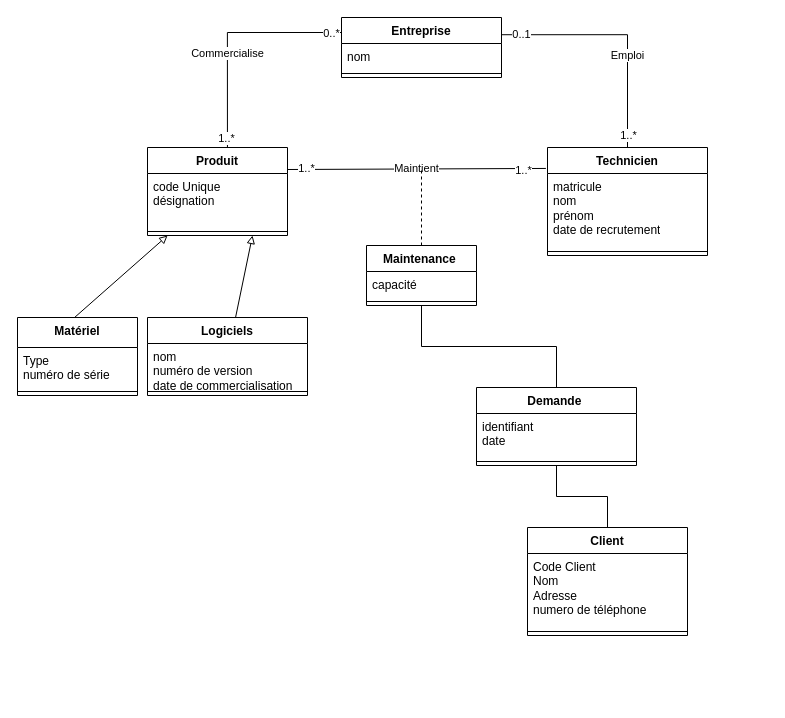
Earlier version of the draw.io diagram page "TP2-Modèle du domaine Exo1" (2 of 3) of Tp1 Analyse et modélisation.drawio (zeuss32/analyse-et-modelisation-lab1). Source tidied: cells renumbered, new cells numbered last; positions are measured from the earlier drawing's top-left corner, leaving out a move shared by most shapes. Both pictures are drawn from the tidied source at 100%, with x=0, y=0 at pixel (17, 17).
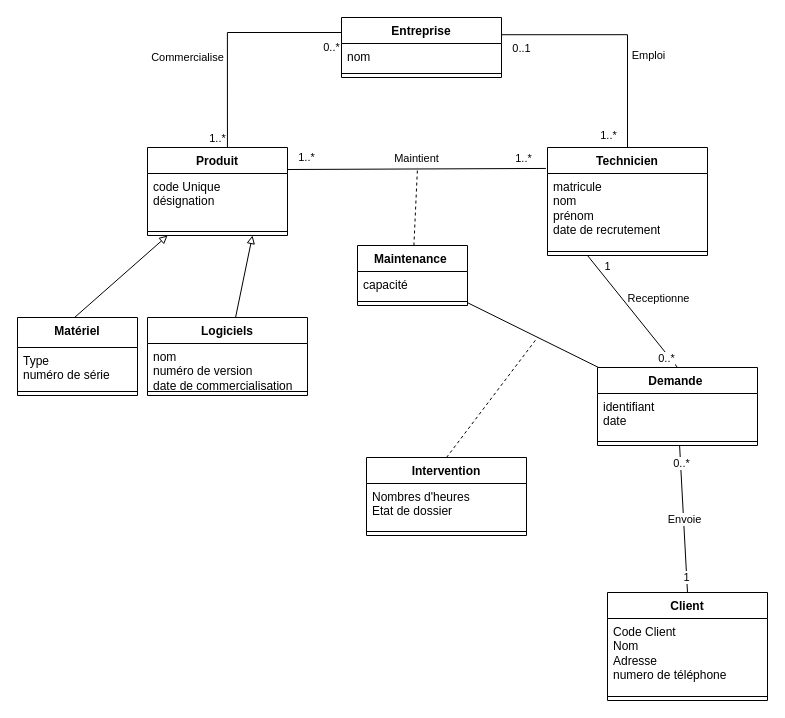
After the change.

Commit message (it also covers changes not shown here):
Mettre à jour Tp1 Analyse et modélisation.drawio

The change refers to these unchanged cells:
```xml
<mxCell id="13" value="Technicien" style="swimlane;fontStyle=1;align=center;verticalAlign=top;horizontal=1;startSize=26;whiteSpace=wrap;html=1;" parent="1" vertex="1">
  <mxGeometry x="530" y="130" width="160" height="108" as="geometry" />
</mxCell>
<mxCell id="16" style="edgeStyle=orthogonalEdgeStyle;rounded=0;jettySize=auto;html=1;entryX=0.5;entryY=0;entryDx=0;entryDy=0;exitX=0.997;exitY=0.287;exitDx=0;exitDy=0;endArrow=none;endFill=0;exitPerimeter=0;" parent="1" edge="1" source="20" target="13">
  <mxGeometry relative="1" as="geometry" />
</mxCell>
<mxCell id="23" style="rounded=0;jettySize=auto;html=1;entryX=1;entryY=0.25;entryDx=0;entryDy=0;endArrow=none;endFill=0;exitX=-0.01;exitY=0.194;exitDx=0;exitDy=0;exitPerimeter=0;" parent="1" edge="1" source="13" target="2">
  <mxGeometry relative="1" as="geometry" />
</mxCell>
<mxCell id="31" style="edgeStyle=orthogonalEdgeStyle;rounded=0;jettySize=auto;html=1;entryX=0.571;entryY=0;entryDx=0;entryDy=0;entryPerimeter=0;exitX=0;exitY=0.25;exitDx=0;exitDy=0;endArrow=none;endFill=0;" parent="1" edge="1" source="20" target="2">
  <mxGeometry relative="1" as="geometry" />
</mxCell>
```

The edit, as a diff of the source:
```diff
@@
     <mxCell id="17" value="Emploi" style="edgeLabel;html=1;align=center;verticalAlign=middle;" parent="16" vertex="1">
-      <mxGeometry x="0.23" y="-1" relative="1" as="geometry" />
+      <mxGeometry x="0.23" y="-1" relative="1" as="geometry">
+        <mxPoint x="21" as="offset" />
+      </mxGeometry>
     </mxCell>
     <mxCell id="18" value="0..1" style="edgeLabel;html=1;align=center;verticalAlign=middle;" parent="16" vertex="1">
-      <mxGeometry x="-0.83" y="1" relative="1" as="geometry" />
+      <mxGeometry x="-0.83" y="1" relative="1" as="geometry">
+        <mxPoint y="14" as="offset" />
+      </mxGeometry>
     </mxCell>
     <mxCell id="19" value="1..&lt;span style=&quot;background-color: light-dark(#ffffff, var(--ge-dark-color, #121212)); color: light-dark(rgb(0, 0, 0), rgb(255, 255, 255));&quot;&gt;*&lt;/span&gt;" style="edgeLabel;html=1;align=center;verticalAlign=middle;" parent="16" vertex="1">
-      <mxGeometry x="0.9" relative="1" as="geometry" />
+      <mxGeometry x="0.9" relative="1" as="geometry">
+        <mxPoint x="-20" as="offset" />
+      </mxGeometry>
     </mxCell>
@@
     <mxCell id="24" value="Maintient" style="edgeLabel;html=1;align=center;verticalAlign=middle;" parent="23" vertex="1">
-      <mxGeometry x="0.01" y="-1" relative="1" as="geometry" />
+      <mxGeometry x="0.01" y="-1" relative="1" as="geometry">
+        <mxPoint y="-10" as="offset" />
+      </mxGeometry>
     </mxCell>
     <mxCell id="25" value="1..*" style="edgeLabel;html=1;align=center;verticalAlign=middle;" parent="23" vertex="1">
-      <mxGeometry x="-0.82" y="1" relative="1" as="geometry" />
+      <mxGeometry x="-0.82" y="1" relative="1" as="geometry">
+        <mxPoint y="-12" as="offset" />
+      </mxGeometry>
     </mxCell>
     <mxCell id="26" value="1..*" style="edgeLabel;html=1;align=center;verticalAlign=middle;" parent="23" vertex="1">
-      <mxGeometry x="0.86" y="-1" relative="1" as="geometry" />
+      <mxGeometry x="0.86" y="-1" relative="1" as="geometry">
+        <mxPoint y="-11" as="offset" />
+      </mxGeometry>
     </mxCell>
     <mxCell id="27" style="rounded=0;jettySize=auto;html=1;dashed=1;endArrow=none;endFill=0;" parent="1" edge="1" source="28">
       <mxGeometry relative="1" as="geometry">
-        <mxPoint x="404" y="150" as="targetPoint" />
+        <mxPoint x="400" y="150" as="targetPoint" />
       </mxGeometry>
     </mxCell>
     <mxCell id="28" value="Maintenance&amp;nbsp;" style="swimlane;fontStyle=1;align=center;verticalAlign=top;horizontal=1;startSize=26;whiteSpace=wrap;html=1;" parent="1" vertex="1">
-      <mxGeometry x="349" y="228" width="110" height="60" as="geometry" />
+      <mxGeometry x="340" y="228" width="110" height="60" as="geometry" />
     </mxCell>
@@
     <mxCell id="32" value="0..*" style="edgeLabel;html=1;align=center;verticalAlign=middle;" parent="31" vertex="1">
       <mxGeometry x="-0.94" y="1" relative="1" as="geometry">
-        <mxPoint x="-4" as="offset" />
+        <mxPoint x="-4" y="14" as="offset" />
       </mxGeometry>
     </mxCell>
     <mxCell id="33" value="1..*" style="edgeLabel;html=1;align=center;verticalAlign=middle;" parent="31" vertex="1">
-      <mxGeometry x="0.92" y="-1" relative="1" as="geometry" />
+      <mxGeometry x="0.92" y="-1" relative="1" as="geometry">
+        <mxPoint x="-9" as="offset" />
+      </mxGeometry>
     </mxCell>
     <mxCell id="34" value="Commercialise" style="edgeLabel;html=1;align=center;verticalAlign=middle;" parent="31" vertex="1">
-      <mxGeometry x="0.18" relative="1" as="geometry" />
+      <mxGeometry x="0.18" relative="1" as="geometry">
+        <mxPoint x="-40" y="4" as="offset" />
+      </mxGeometry>
     </mxCell>
     <mxCell id="35" value="Client" style="swimlane;fontStyle=1;align=center;verticalAlign=top;horizontal=1;startSize=26;whiteSpace=wrap;html=1;" parent="1" vertex="1">
-      <mxGeometry x="510" y="510" width="160" height="108" as="geometry" />
+      <mxGeometry x="590" y="575" width="160" height="108" as="geometry" />
     </mxCell>
@@
-    <mxCell id="38" style="edgeStyle=orthogonalEdgeStyle;rounded=0;jettySize=auto;html=1;endArrow=none;endFill=0;" parent="1" edge="1" source="40" target="28">
+    <mxCell id="38" style="rounded=0;jettySize=auto;html=1;endArrow=none;endFill=0;" parent="1" edge="1" source="40" target="28">
       <mxGeometry relative="1" as="geometry" />
     </mxCell>
-    <mxCell id="39" style="edgeStyle=orthogonalEdgeStyle;rounded=0;jettySize=auto;html=1;entryX=0.5;entryY=0;entryDx=0;entryDy=0;endArrow=none;endFill=0;" parent="1" edge="1" source="40" target="35">
+    <mxCell id="39" style="rounded=0;jettySize=auto;html=1;entryX=0.5;entryY=0;entryDx=0;entryDy=0;endArrow=none;endFill=0;" parent="1" edge="1" source="40" target="35">
       <mxGeometry relative="1" as="geometry" />
     </mxCell>
+    <mxCell id="43" value="Envoie" style="edgeLabel;html=1;align=center;verticalAlign=middle;" parent="39" vertex="1">
+      <mxGeometry x="0.01" relative="1" as="geometry" />
+    </mxCell>
+    <mxCell id="44" value="0..*" style="edgeLabel;html=1;align=center;verticalAlign=middle;" parent="39" vertex="1">
+      <mxGeometry x="-0.75" relative="1" as="geometry" />
+    </mxCell>
+    <mxCell id="45" value="1" style="edgeLabel;html=1;align=center;verticalAlign=middle;" parent="39" vertex="1">
+      <mxGeometry x="0.79" y="-1" relative="1" as="geometry" />
+    </mxCell>
+    <mxCell id="46" style="rounded=0;jettySize=auto;html=1;exitX=0.5;exitY=0;exitDx=0;exitDy=0;entryX=0.25;entryY=1;entryDx=0;entryDy=0;endArrow=none;endFill=0;" parent="1" edge="1" source="40" target="13">
+      <mxGeometry relative="1" as="geometry" />
+    </mxCell>
+    <mxCell id="47" value="Receptionne" style="edgeLabel;html=1;align=center;verticalAlign=middle;" parent="46" vertex="1">
+      <mxGeometry x="-0.01" y="-1" relative="1" as="geometry">
+        <mxPoint x="24" y="-14" as="offset" />
+      </mxGeometry>
+    </mxCell>
+    <mxCell id="48" value="1" style="edgeLabel;html=1;align=center;verticalAlign=middle;" parent="46" vertex="1">
+      <mxGeometry x="0.79" y="-1" relative="1" as="geometry">
+        <mxPoint x="10" as="offset" />
+      </mxGeometry>
+    </mxCell>
+    <mxCell id="49" value="0..*" style="edgeLabel;html=1;align=center;verticalAlign=middle;" parent="46" vertex="1">
+      <mxGeometry x="-0.81" y="3" relative="1" as="geometry" />
+    </mxCell>
     <mxCell id="40" value="Demande&amp;nbsp;" style="swimlane;fontStyle=1;align=center;verticalAlign=top;horizontal=1;startSize=26;whiteSpace=wrap;html=1;" parent="1" vertex="1">
-      <mxGeometry x="459" y="370" width="160" height="78" as="geometry" />
+      <mxGeometry x="580" y="350" width="160" height="78" as="geometry" />
     </mxCell>
@@
+    <mxCell id="50" style="rounded=0;jettySize=auto;html=1;exitX=0.5;exitY=0;exitDx=0;exitDy=0;dashed=1;endArrow=none;endFill=0;" parent="1" edge="1" source="51">
+      <mxGeometry relative="1" as="geometry">
+        <mxPoint x="520" y="320" as="targetPoint" />
+      </mxGeometry>
+    </mxCell>
+    <mxCell id="51" value="Intervention" style="swimlane;fontStyle=1;align=center;verticalAlign=top;horizontal=1;startSize=26;whiteSpace=wrap;html=1;" parent="1" vertex="1">
+      <mxGeometry x="349" y="440" width="160" height="78" as="geometry" />
+    </mxCell>
+    <mxCell id="52" value="Nombres d'heures&lt;div&gt;Etat de dossier&amp;nbsp;&lt;/div&gt;" style="text;strokeColor=none;fillColor=none;align=left;verticalAlign=top;spacingLeft=4;spacingRight=4;overflow=hidden;whiteSpace=wrap;html=1;" parent="51" vertex="1">
+      <mxGeometry y="26" width="160" height="44" as="geometry" />
+    </mxCell>
+    <mxCell id="53" style="line;strokeWidth=1;fillColor=none;align=left;verticalAlign=middle;spacingTop=-1;spacingLeft=3;spacingRight=3;labelPosition=right;strokeColor=inherit;" parent="51" vertex="1">
+      <mxGeometry y="70" width="160" height="8" as="geometry" />
+    </mxCell>
```
